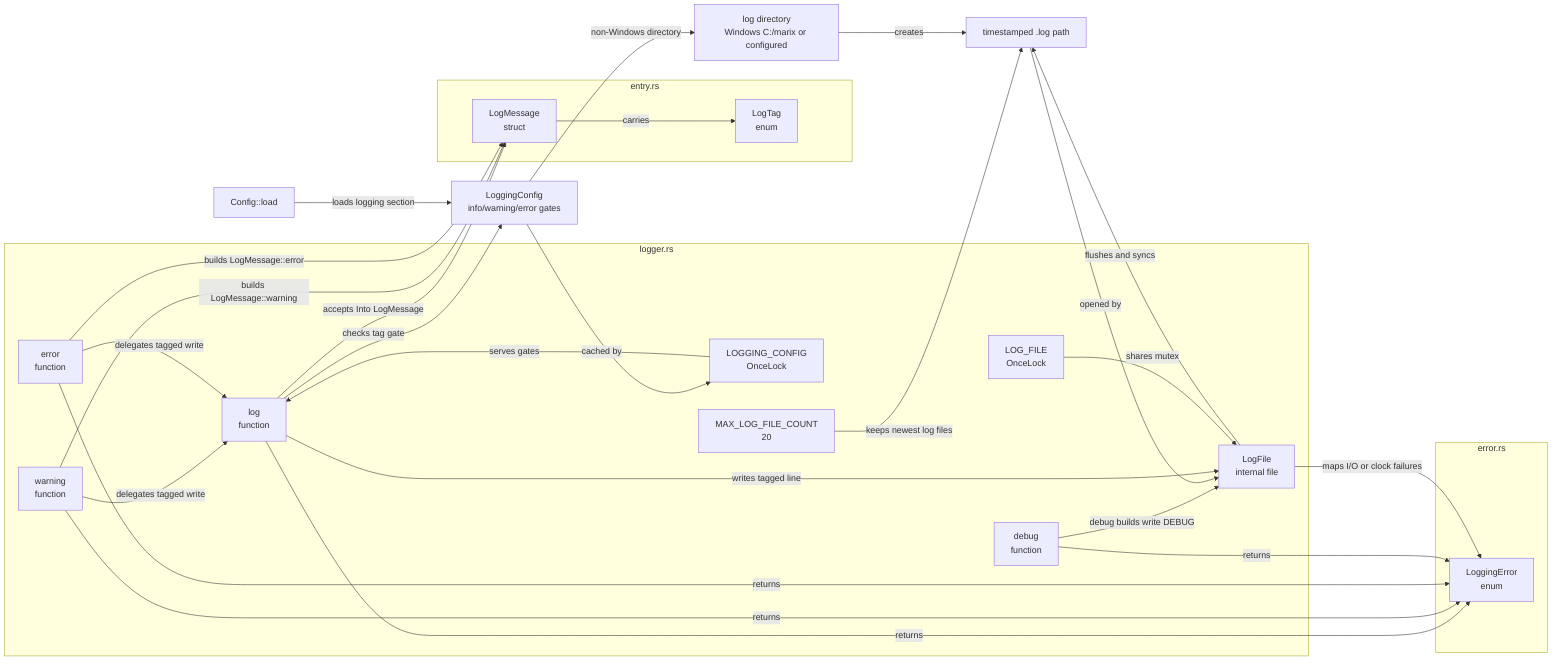
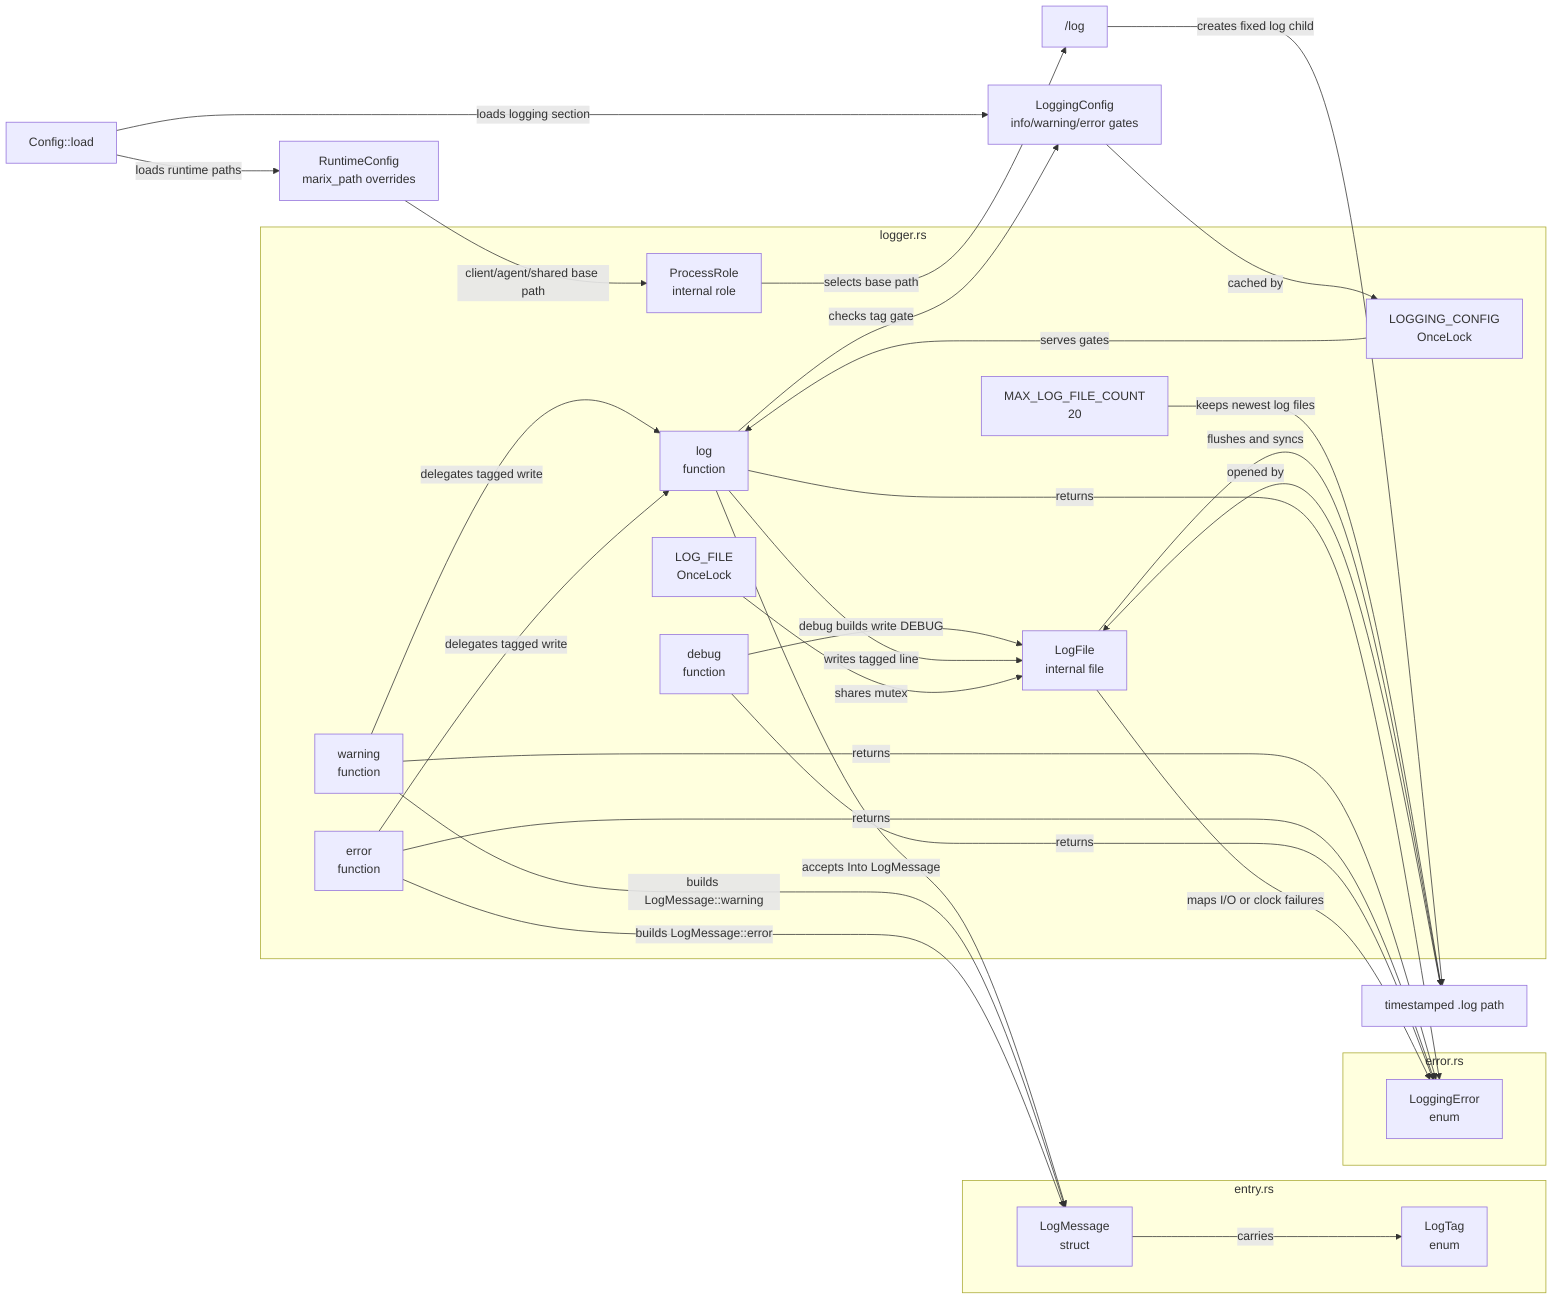
flowchart LR
  subgraph entry_rs["entry.rs"]
    LogMessage["LogMessage\nstruct"]
    LogTag["LogTag\nenum"]
  end

  subgraph error_rs["error.rs"]
    LoggingError["LoggingError\nenum"]
  end

  subgraph logger_rs["logger.rs"]
    LogFn["log\nfunction"]
    WarningFn["warning\nfunction"]
    ErrorFn["error\nfunction"]
    DebugFn["debug\nfunction"]
    ConfigCache["LOGGING_CONFIG\nOnceLock"]
    FileCache["LOG_FILE\nOnceLock"]
+     ProcessRole["ProcessRole\ninternal role"]
    LogFile["LogFile\ninternal file"]
    PrunePolicy["MAX_LOG_FILE_COUNT\n20"]
  end

  Config["Config::load"]
+   RuntimeConfig["RuntimeConfig\nmarix_path overrides"]
  LoggingConfig["LoggingConfig\ninfo/warning/error gates"]
-   Directory["log directory\nWindows C:/marix or configured"]
+   Directory["<selected marix_path>/log"]
  LogPath["timestamped .log path"]

  LogFn -->|"accepts Into LogMessage"| LogMessage
  WarningFn -->|"builds LogMessage::warning"| LogMessage
  ErrorFn -->|"builds LogMessage::error"| LogMessage
  WarningFn -->|"delegates tagged write"| LogFn
  ErrorFn -->|"delegates tagged write"| LogFn
  LogMessage -->|"carries"| LogTag
  LogFn -->|"checks tag gate"| LoggingConfig
  DebugFn -->|"debug builds write DEBUG"| LogFile
  Config -->|"loads logging section"| LoggingConfig
+   Config -->|"loads runtime paths"| RuntimeConfig
+   RuntimeConfig -->|"client/agent/shared base path"| ProcessRole
+   ProcessRole -->|"selects base path"| Directory
  LoggingConfig -->|"cached by"| ConfigCache
  ConfigCache -->|"serves gates"| LogFn
-   LoggingConfig -->|"non-Windows directory"| Directory
-   Directory -->|"creates"| LogPath
+   Directory -->|"creates fixed log child"| LogPath
  PrunePolicy -->|"keeps newest log files"| LogPath
  LogPath -->|"opened by"| LogFile
  LogFn -->|"writes tagged line"| LogFile
  FileCache -->|"shares mutex"| LogFile
  LogFile -->|"flushes and syncs"| LogPath
  LogFn -->|"returns"| LoggingError
  WarningFn -->|"returns"| LoggingError
  ErrorFn -->|"returns"| LoggingError
  DebugFn -->|"returns"| LoggingError
  LogFile -->|"maps I/O or clock failures"| LoggingError
